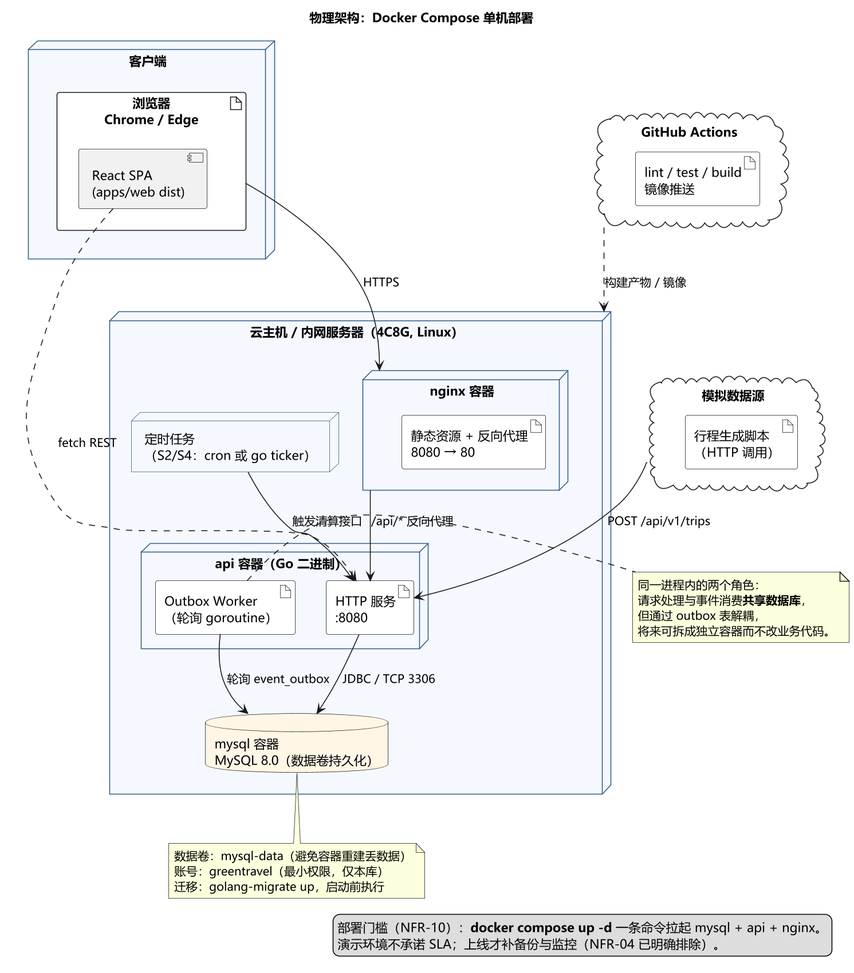
Earlier version of the PlantUML export docs/uml/out/图2-3 系统物理架构 部署图.png (chiyan11/green-travel-points).
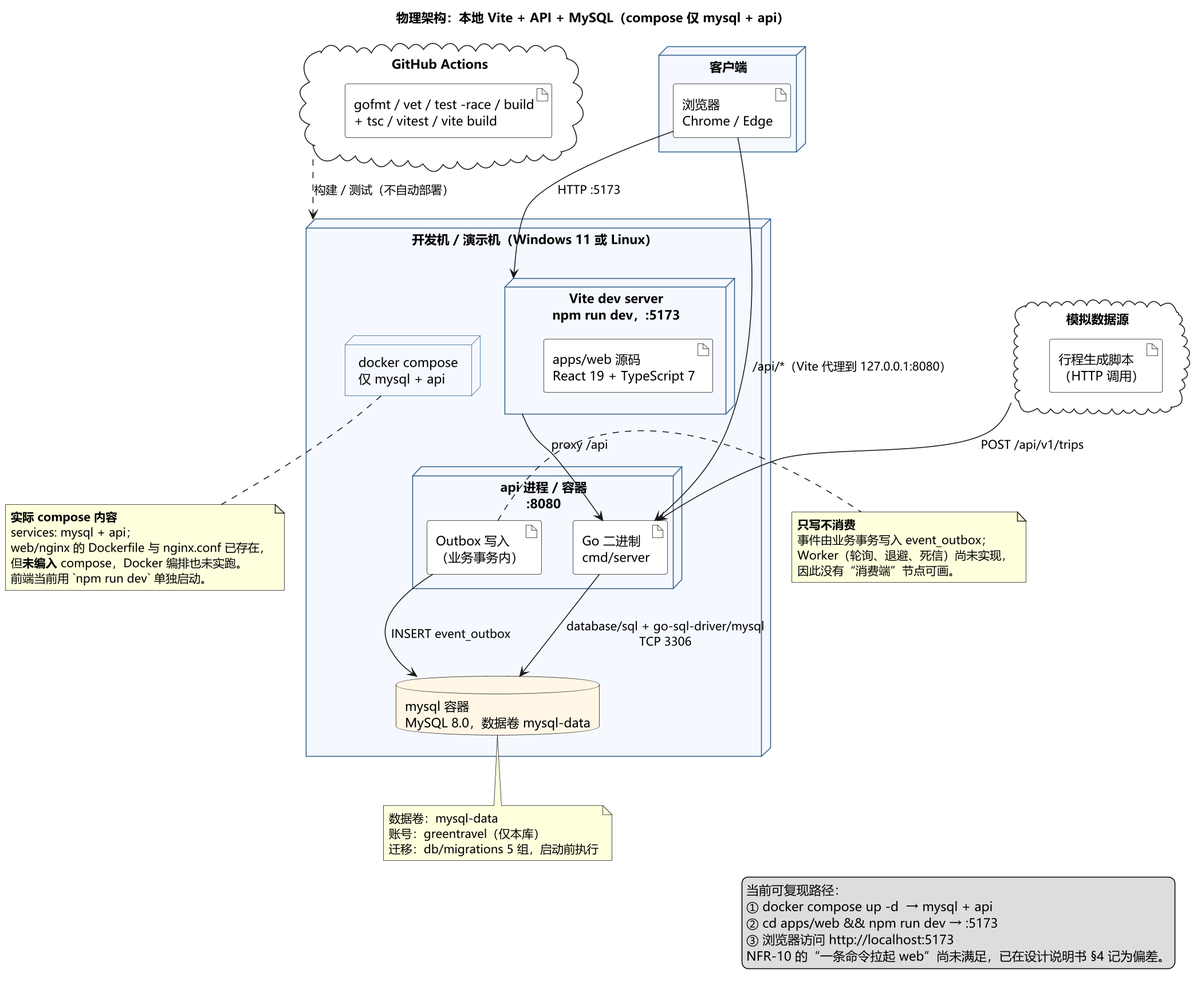
Later version of the same file.

What changed in the source:
```diff
@@ -10,63 +10,71 @@
 skinparam databaseBackgroundColor #FFF6E5
 skinparam artifactBackgroundColor #FFFFFF
 
-title 物理架构：Docker Compose 单机部署
+title 物理架构：本地 Vite + API + MySQL（compose 仅 mysql + api）
 
 node "客户端" as client {
-  artifact "浏览器\nChrome / Edge" as browser {
-    component "React SPA\n(apps/web dist)" as spa
-  }
+  artifact "浏览器\nChrome / Edge" as browser
 }
 
-node "云主机 / 内网服务器（4C8G, Linux）" as host {
+node "开发机 / 演示机（Windows 11 或 Linux）" as host {
 
-  node "nginx 容器" as nginx {
-    artifact "静态资源 + 反向代理\n8080 → 80" as ngx
+  node "Vite dev server\nnpm run dev，:5173" as vite {
+    artifact "apps/web 源码\nReact 19 + TypeScript 7" as webapp
   }
 
-  node "api 容器（Go 二进制）" as apinode {
-    artifact "HTTP 服务\n:8080" as apisvc
-    artifact "Outbox Worker\n（轮询 goroutine）" as worker
+  node "api 进程 / 容器\n:8080" as apinode {
+    artifact "Go 二进制\ncmd/server" as apisvc
+    artifact "Outbox 写入\n（业务事务内）" as outboxwrite
   }
 
-  database "mysql 容器\nMySQL 8.0（数据卷持久化）" as mysql
+  database "mysql 容器\nMySQL 8.0，数据卷 mysql-data" as mysql
 
-  node "定时任务\n（S2/S4：cron 或 go ticker）" as cron
+  node "docker compose\n仅 mysql + api" as compose
 }
 
 cloud "GitHub Actions" as ci {
-  artifact "lint / test / build\n镜像推送" as pipeline
+  artifact "gofmt / vet / test -race / build\n+ tsc / vitest / vite build" as pipeline
 }
 
 cloud "模拟数据源" as sim {
   artifact "行程生成脚本\n（HTTP 调用）" as gen
 }
 
-browser --> nginx : HTTPS
-nginx --> apisvc : /api/* 反向代理
-spa ..> apisvc : fetch REST
-apisvc --> mysql : JDBC / TCP 3306
-worker --> mysql : 轮询 event_outbox
-cron --> apisvc : 触发清算接口
+browser --> vite : HTTP :5173
+browser --> apisvc : /api/*（Vite 代理到 127.0.0.1:8080）
+vite --> apisvc : proxy /api
+apisvc --> mysql : database/sql + go-sql-driver/mysql\nTCP 3306
+outboxwrite --> mysql : INSERT event_outbox
 sim --> apisvc : POST /api/v1/trips
-ci ..> host : 构建产物 / 镜像
+ci ..> host : 构建 / 测试（不自动部署）
 
-note right of worker
-  同一进程内的两个角色：
-  请求处理与事件消费**共享数据库**，
-  但通过 outbox 表解耦，
-  将来可拆成独立容器而不改业务代码。
+note right of outboxwrite
+  **只写不消费**
+  事件由业务事务写入 event_outbox；
+  Worker（轮询、退避、死信）尚未实现，
+  因此没有“消费端”节点可画。
 end note
 
 note bottom of mysql
-  数据卷：mysql-data（避免容器重建丢数据）
-  账号：greentravel（最小权限，仅本库）
-  迁移：golang-migrate up，启动前执行
+  数据卷：mysql-data
+  账号：greentravel（仅本库）
+  迁移：db/migrations 5 组，启动前执行
+end note
+
+note bottom of compose
+  **实际 compose 内容**
+  services: mysql + api；
+  web/nginx 的 Dockerfile 与 nginx.conf 已存在，
+  但**未编入** compose，Docker 编排也未实跑。
+  前端当前用 `npm run dev` 单独启动。
 end note
 
 legend right
-  部署门槛（NFR-10）：**docker compose up -d** 一条命令拉起 mysql + api + nginx。
-  演示环境不承诺 SLA；上线才补备份与监控（NFR-04 已明确排除）。
+  当前可复现路径：
+  ① docker compose up -d  → mysql + api
+  ② cd apps/web && npm run dev → :5173
+  ③ 浏览器访问 http://localhost:5173
+  NFR-10 的“一条命令拉起 web”尚未满足，已在设计说明书 §4 记为偏差。
 endlegend
 
 @enduml
```
